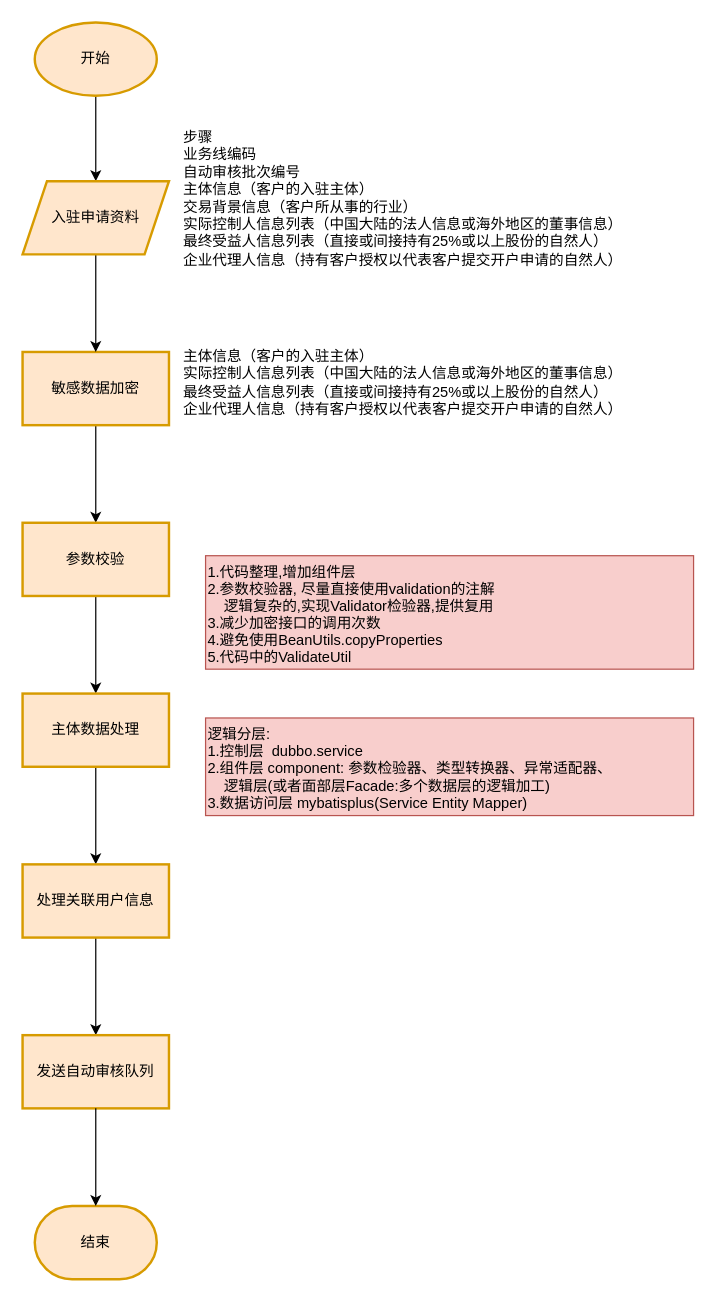
The draw.io diagram 商户入驻.drawio in SteveGlory/steveglory.github.io, before the edit. Source tidied: cells renumbered, new cells numbered last; positions are measured from the earlier drawing's top-left corner, leaving out a move shared by most shapes. Both pictures are drawn from the tidied source at 122%, with x=0, y=0 at pixel (22, 22).
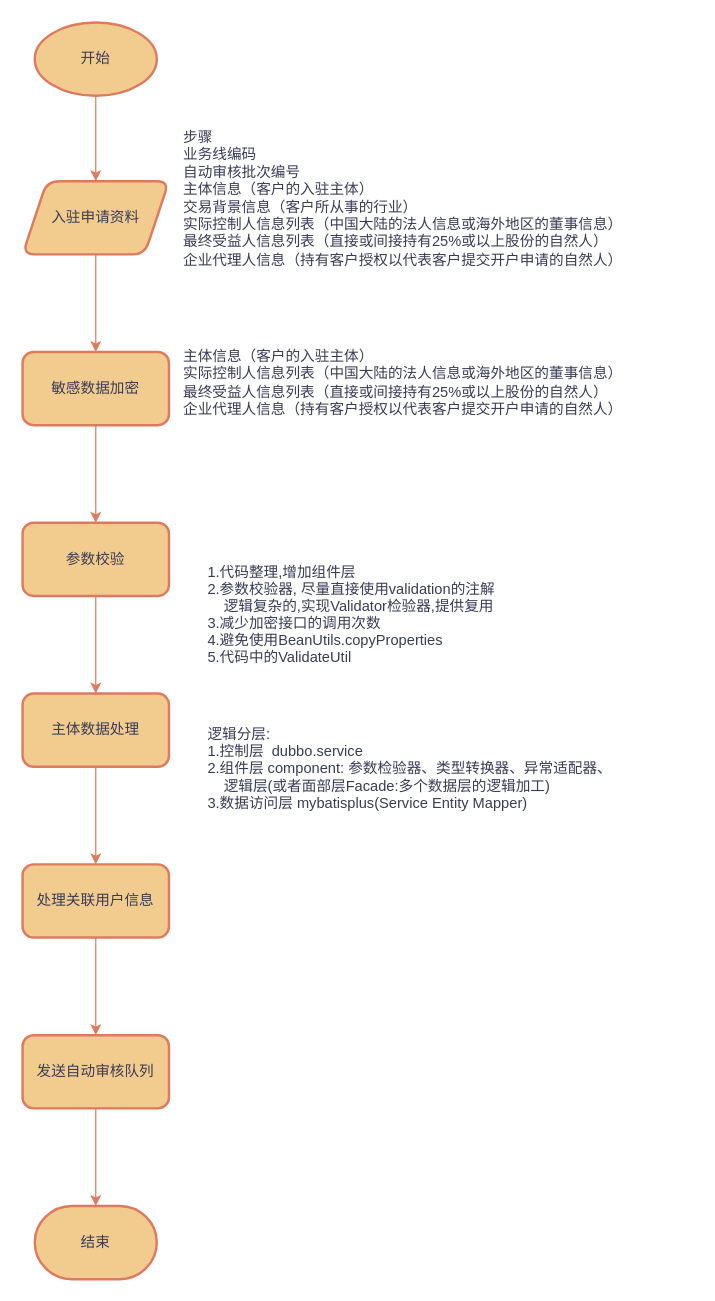
The same page after the edit.

Commit message:
更新商户入驻.drawio

Diff of the diagram source:
```diff
@@
-    <mxCell id="2" style="edgeStyle=orthogonalEdgeStyle;rounded=0;jettySize=auto;html=1;" parent="1" edge="1" source="3">
+    <mxCell id="2" style="edgeStyle=orthogonalEdgeStyle;rounded=1;jettySize=auto;html=1;labelBackgroundColor=none;fontColor=default;strokeColor=#E07A5F;" parent="1" edge="1" source="3">
       <mxGeometry relative="1" as="geometry">
         <mxPoint x="60" y="130" as="targetPoint" />
       </mxGeometry>
     </mxCell>
-    <mxCell id="3" value="开始" style="strokeWidth=2;html=1;shape=mxgraph.flowchart.start_1;whiteSpace=wrap;strokeColor=#D79B00;fillColor=#FFE6CC;" parent="1" vertex="1">
+    <mxCell id="3" value="开始" style="strokeWidth=2;html=1;shape=mxgraph.flowchart.start_1;whiteSpace=wrap;rounded=1;labelBackgroundColor=none;fillColor=#F2CC8F;strokeColor=#E07A5F;fontColor=#393C56;" parent="1" vertex="1">
       <mxGeometry x="10" width="100" height="60" as="geometry" />
     </mxCell>
-    <mxCell id="4" value="步骤&#10;业务线编码&#10;自动审核批次编号&#10;主体信息（客户的入驻主体）&#10;交易背景信息（客户所从事的行业）&#10;实际控制人信息列表（中国大陆的法人信息或海外地区的董事信息）&#10;最终受益人信息列表（直接或间接持有25%或以上股份的自然人）&#10;企业代理人信息（持有客户授权以代表客户提交开户申请的自然人）" style="text;whiteSpace=wrap;" parent="1" vertex="1">
+    <mxCell id="4" value="步骤&#10;业务线编码&#10;自动审核批次编号&#10;主体信息（客户的入驻主体）&#10;交易背景信息（客户所从事的行业）&#10;实际控制人信息列表（中国大陆的法人信息或海外地区的董事信息）&#10;最终受益人信息列表（直接或间接持有25%或以上股份的自然人）&#10;企业代理人信息（持有客户授权以代表客户提交开户申请的自然人）" style="text;whiteSpace=wrap;rounded=1;labelBackgroundColor=none;fontColor=#393C56;" parent="1" vertex="1">
       <mxGeometry x="130" y="80" width="390" height="140" as="geometry" />
     </mxCell>
-    <mxCell id="5" style="edgeStyle=orthogonalEdgeStyle;rounded=0;jettySize=auto;html=1;" parent="1" edge="1" source="6" target="9">
+    <mxCell id="5" style="edgeStyle=orthogonalEdgeStyle;rounded=1;jettySize=auto;html=1;labelBackgroundColor=none;fontColor=default;strokeColor=#E07A5F;" parent="1" edge="1" source="6" target="9">
       <mxGeometry relative="1" as="geometry" />
     </mxCell>
-    <mxCell id="6" value="敏感数据加密" style="whiteSpace=wrap;html=1;strokeWidth=2;fillColor=#ffe6cc;strokeColor=#d79b00;" parent="1" vertex="1">
+    <mxCell id="6" value="敏感数据加密" style="whiteSpace=wrap;html=1;strokeWidth=2;rounded=1;labelBackgroundColor=none;fillColor=#F2CC8F;strokeColor=#E07A5F;fontColor=#393C56;" parent="1" vertex="1">
       <mxGeometry y="270" width="120" height="60" as="geometry" />
     </mxCell>
-    <mxCell id="7" value="主体信息（客户的入驻主体）&#10;实际控制人信息列表（中国大陆的法人信息或海外地区的董事信息）&#10;最终受益人信息列表（直接或间接持有25%或以上股份的自然人）&#10;企业代理人信息（持有客户授权以代表客户提交开户申请的自然人）" style="text;whiteSpace=wrap;" parent="1" vertex="1">
+    <mxCell id="7" value="主体信息（客户的入驻主体）&#10;实际控制人信息列表（中国大陆的法人信息或海外地区的董事信息）&#10;最终受益人信息列表（直接或间接持有25%或以上股份的自然人）&#10;企业代理人信息（持有客户授权以代表客户提交开户申请的自然人）" style="text;whiteSpace=wrap;rounded=1;labelBackgroundColor=none;fontColor=#393C56;" parent="1" vertex="1">
       <mxGeometry x="130" y="260" width="390" height="100" as="geometry" />
     </mxCell>
-    <mxCell id="8" style="edgeStyle=orthogonalEdgeStyle;rounded=0;jettySize=auto;html=1;" parent="1" edge="1" source="9" target="11">
+    <mxCell id="8" style="edgeStyle=orthogonalEdgeStyle;rounded=1;jettySize=auto;html=1;labelBackgroundColor=none;fontColor=default;strokeColor=#E07A5F;" parent="1" edge="1" source="9" target="11">
       <mxGeometry relative="1" as="geometry" />
     </mxCell>
-    <mxCell id="9" value="参数校验" style="whiteSpace=wrap;html=1;strokeWidth=2;fillColor=#ffe6cc;strokeColor=#d79b00;" parent="1" vertex="1">
+    <mxCell id="9" value="参数校验" style="whiteSpace=wrap;html=1;strokeWidth=2;rounded=1;labelBackgroundColor=none;fillColor=#F2CC8F;strokeColor=#E07A5F;fontColor=#393C56;" parent="1" vertex="1">
       <mxGeometry y="410" width="120" height="60" as="geometry" />
     </mxCell>
-    <mxCell id="10" style="edgeStyle=orthogonalEdgeStyle;rounded=0;jettySize=auto;html=1;" parent="1" edge="1" source="11" target="13">
+    <mxCell id="10" style="edgeStyle=orthogonalEdgeStyle;rounded=1;jettySize=auto;html=1;labelBackgroundColor=none;fontColor=default;strokeColor=#E07A5F;" parent="1" edge="1" source="11" target="13">
       <mxGeometry relative="1" as="geometry" />
     </mxCell>
-    <mxCell id="11" value="主体数据处理" style="whiteSpace=wrap;html=1;fillColor=#ffe6cc;strokeColor=#d79b00;strokeWidth=2;" parent="1" vertex="1">
+    <mxCell id="11" value="主体数据处理" style="whiteSpace=wrap;html=1;strokeWidth=2;rounded=1;labelBackgroundColor=none;fillColor=#F2CC8F;strokeColor=#E07A5F;fontColor=#393C56;" parent="1" vertex="1">
       <mxGeometry y="550" width="120" height="60" as="geometry" />
     </mxCell>
-    <mxCell id="12" style="edgeStyle=orthogonalEdgeStyle;rounded=0;jettySize=auto;html=1;" parent="1" edge="1" source="13" target="16">
+    <mxCell id="12" style="edgeStyle=orthogonalEdgeStyle;rounded=1;jettySize=auto;html=1;labelBackgroundColor=none;fontColor=default;strokeColor=#E07A5F;" parent="1" edge="1" source="13" target="16">
       <mxGeometry relative="1" as="geometry" />
     </mxCell>
-    <mxCell id="13" value="处理关联用户信息" style="whiteSpace=wrap;html=1;fillColor=#ffe6cc;strokeColor=#d79b00;strokeWidth=2;" parent="1" vertex="1">
+    <mxCell id="13" value="处理关联用户信息" style="whiteSpace=wrap;html=1;strokeWidth=2;rounded=1;labelBackgroundColor=none;fillColor=#F2CC8F;strokeColor=#E07A5F;fontColor=#393C56;" parent="1" vertex="1">
       <mxGeometry y="690" width="120" height="60" as="geometry" />
     </mxCell>
-    <mxCell id="14" style="edgeStyle=orthogonalEdgeStyle;rounded=0;jettySize=auto;html=1;" parent="1" edge="1" source="15" target="6">
+    <mxCell id="14" style="edgeStyle=orthogonalEdgeStyle;rounded=1;jettySize=auto;html=1;labelBackgroundColor=none;fontColor=default;strokeColor=#E07A5F;" parent="1" edge="1" source="15" target="6">
       <mxGeometry relative="1" as="geometry" />
     </mxCell>
-    <mxCell id="15" value="入驻申请资料" style="shape=parallelogram;perimeter=parallelogramPerimeter;whiteSpace=wrap;html=1;fixedSize=1;fillColor=#ffe6cc;strokeColor=#d79b00;strokeWidth=2;" parent="1" vertex="1">
+    <mxCell id="15" value="入驻申请资料" style="shape=parallelogram;perimeter=parallelogramPerimeter;whiteSpace=wrap;html=1;fixedSize=1;strokeWidth=2;rounded=1;labelBackgroundColor=none;fillColor=#F2CC8F;strokeColor=#E07A5F;fontColor=#393C56;" parent="1" vertex="1">
       <mxGeometry y="130" width="120" height="60" as="geometry" />
     </mxCell>
-    <mxCell id="16" value="发送自动审核队列" style="whiteSpace=wrap;html=1;fillColor=#ffe6cc;strokeColor=#d79b00;strokeWidth=2;" parent="1" vertex="1">
+    <mxCell id="16" value="发送自动审核队列" style="whiteSpace=wrap;html=1;strokeWidth=2;rounded=1;labelBackgroundColor=none;fillColor=#F2CC8F;strokeColor=#E07A5F;fontColor=#393C56;" parent="1" vertex="1">
       <mxGeometry y="830" width="120" height="60" as="geometry" />
     </mxCell>
-    <mxCell id="17" value="结束" style="strokeWidth=2;html=1;shape=mxgraph.flowchart.terminator;whiteSpace=wrap;strokeColor=#D79B00;fillColor=#FFE6CC;" parent="1" vertex="1">
+    <mxCell id="17" value="结束" style="strokeWidth=2;html=1;shape=mxgraph.flowchart.terminator;whiteSpace=wrap;rounded=1;labelBackgroundColor=none;fillColor=#F2CC8F;strokeColor=#E07A5F;fontColor=#393C56;" parent="1" vertex="1">
       <mxGeometry x="10" y="970" width="100" height="60" as="geometry" />
     </mxCell>
-    <mxCell id="18" style="edgeStyle=orthogonalEdgeStyle;rounded=0;jettySize=auto;html=1;entryX=0.5;entryY=0;entryDx=0;entryDy=0;entryPerimeter=0;" parent="1" edge="1" source="16" target="17">
+    <mxCell id="18" style="edgeStyle=orthogonalEdgeStyle;rounded=1;jettySize=auto;html=1;entryX=0.5;entryY=0;entryDx=0;entryDy=0;entryPerimeter=0;labelBackgroundColor=none;fontColor=default;strokeColor=#E07A5F;" parent="1" edge="1" source="16" target="17">
       <mxGeometry relative="1" as="geometry" />
     </mxCell>
-    <mxCell id="19" value="1.代码整理,增加组件层&#10;2.参数校验器, 尽量直接使用validation的注解&#10;    逻辑复杂的,实现Validator检验器,提供复用&#10;3.减少加密接口的调用次数&#10;4.避免使用BeanUtils.copyProperties&#10;5.代码中的ValidateUtil" style="group;fillColor=#f8cecc;strokeColor=#b85450;align=left;" parent="1" vertex="1">
+    <mxCell id="19" value="1.代码整理,增加组件层&#10;2.参数校验器, 尽量直接使用validation的注解&#10;    逻辑复杂的,实现Validator检验器,提供复用&#10;3.减少加密接口的调用次数&#10;4.避免使用BeanUtils.copyProperties&#10;5.代码中的ValidateUtil" style="group;align=left;rounded=1;labelBackgroundColor=none;fontColor=#393C56;" parent="1" vertex="1">
       <mxGeometry x="150" y="437" width="400" height="93" as="geometry" />
     </mxCell>
-    <mxCell id="20" value="逻辑分层:&#10;1.控制层  dubbo.service&#10;2.组件层 component: 参数检验器、类型转换器、异常适配器、&#10;    逻辑层(或者面部层Facade:多个数据层的逻辑加工)&#10;3.数据访问层 mybatisplus(Service Entity Mapper)" style="group;fillColor=#f8cecc;strokeColor=#b85450;align=left;" parent="1" vertex="1">
+    <mxCell id="20" value="逻辑分层:&#10;1.控制层  dubbo.service&#10;2.组件层 component: 参数检验器、类型转换器、异常适配器、&#10;    逻辑层(或者面部层Facade:多个数据层的逻辑加工)&#10;3.数据访问层 mybatisplus(Service Entity Mapper)" style="group;align=left;rounded=1;labelBackgroundColor=none;fontColor=#393C56;" parent="1" vertex="1">
       <mxGeometry x="150" y="570" width="400" height="80" as="geometry" />
     </mxCell>
```
